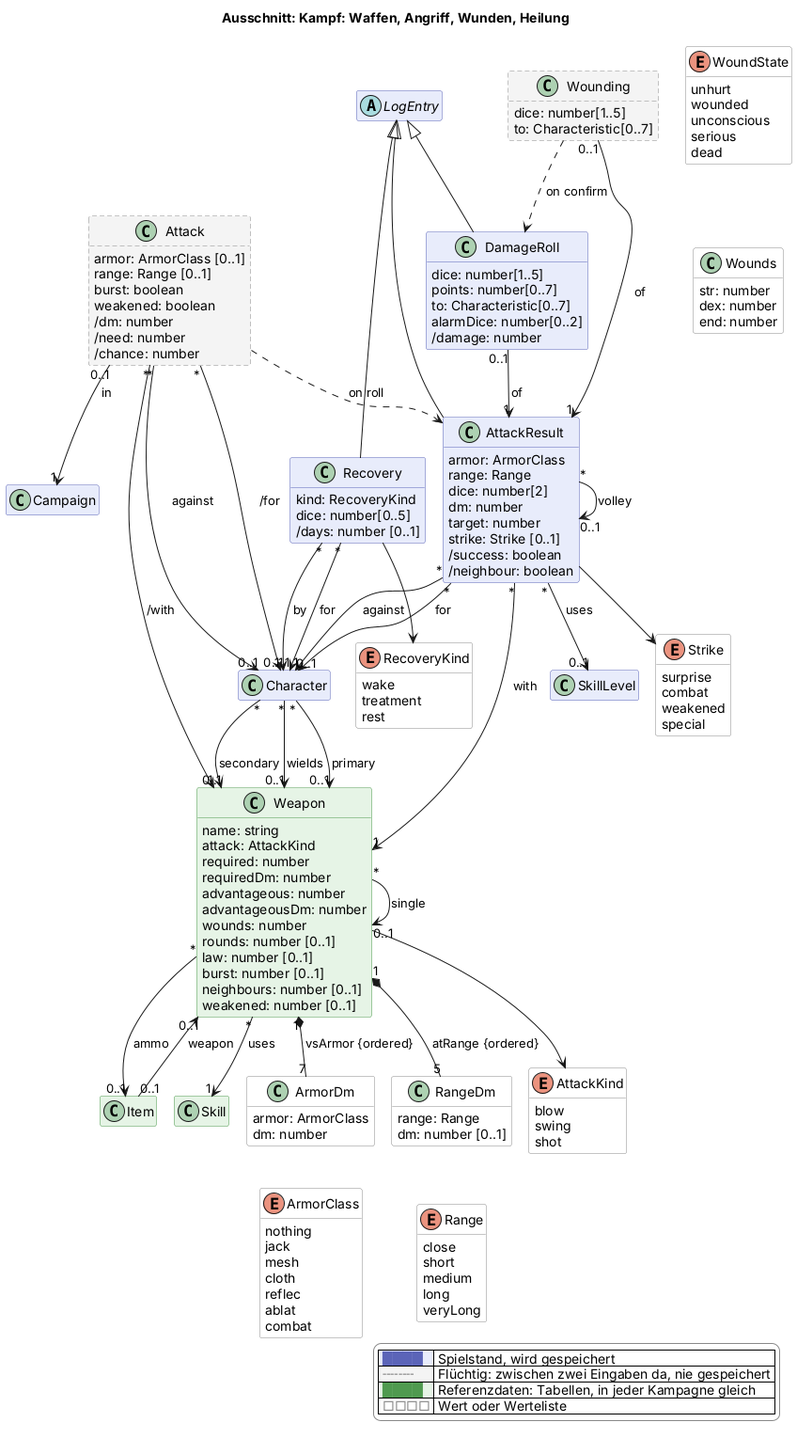
This is docs/views/kampf.png from scuzzar/SRE, a PlantUML export, as it was before one commit.
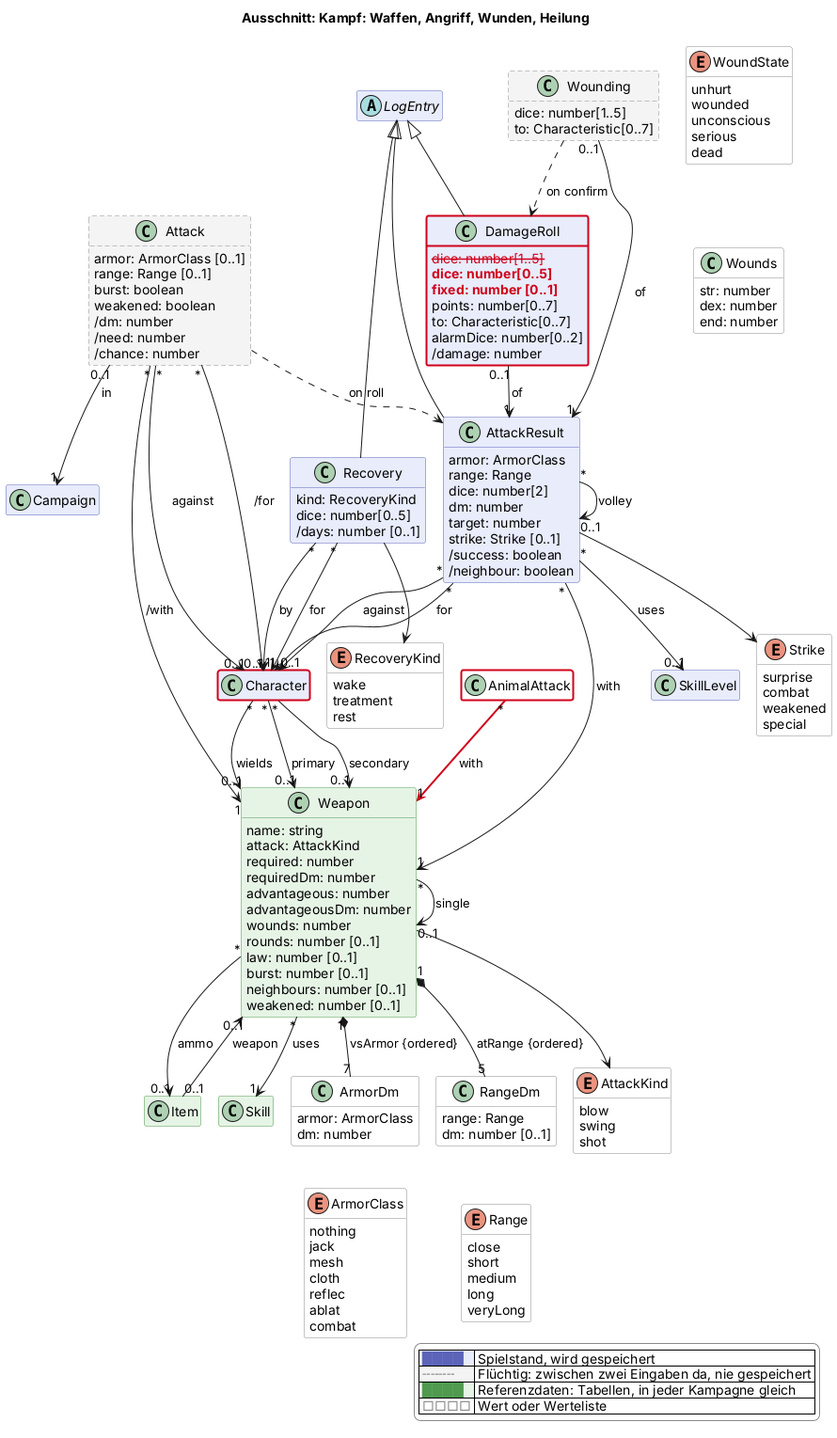
Above is the later version.

What changed in the source:
```diff
@@ -110,7 +110,9 @@
     rest
   }
   class DamageRoll $kampf {
-    dice: number[1..5]
+    $gone("2026-11-12c", "dice: number[1..5]")
+    $new("2026-11-12c", "dice: number[0..5]")
+    $new("2026-11-12c", "fixed: number [0..1]")
     points: number[0..7]
     to: Characteristic[0..7]
     alarmDice: number[0..2]
@@ -132,6 +134,7 @@
     serious
     dead
   }
+  class AnimalAttack <<value>> $begegnung $newClass("2026-11-12c")
 
   class Skill <<reference>> $charakter
   class Item <<reference>> $shop
@@ -220,6 +223,7 @@
 Wounding "0..1" --> "1" AttackResult : of
 Wounding ..> DamageRoll : on confirm
 
+AnimalAttack "*" -$newArrow("2026-11-12c")-> "1" Weapon : with
 WoundState -[hidden]- Wounds
 
 
@@ -230,4 +234,6 @@
   |<#e6f4e6> <color:#4f9a4f>████</color> | Referenzdaten: Tabellen, in jeder Kampagne gleich |
   |<#ffffff> <color:#8a8a8a>□□□□</color> | Wert oder Werteliste |
 endlegend
+class Character #line:d0021b;line.bold
+class DamageRoll #line:d0021b;line.bold
 @enduml
```
